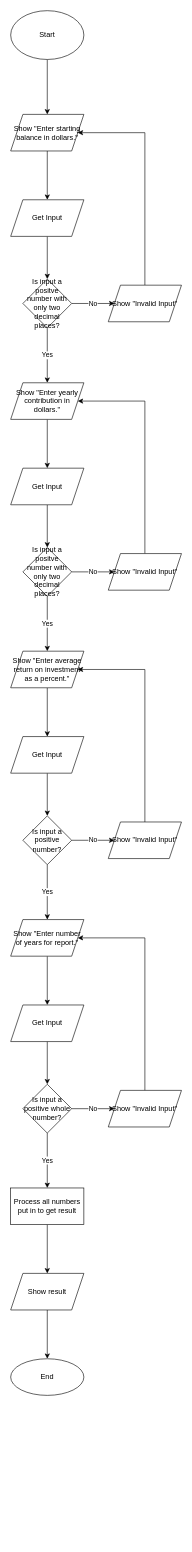
This is Untitled Diagram.drawio from Shyvanna05/beepboopsneepsnoopimdead, a draw.io file, before an edit. Source tidied: cells renumbered, new cells numbered last; positions are measured from the earlier drawing's top-left corner, leaving out a move shared by most shapes. Both pictures are drawn from the tidied source at 61%, with x=0, y=0 at pixel (10, 10).
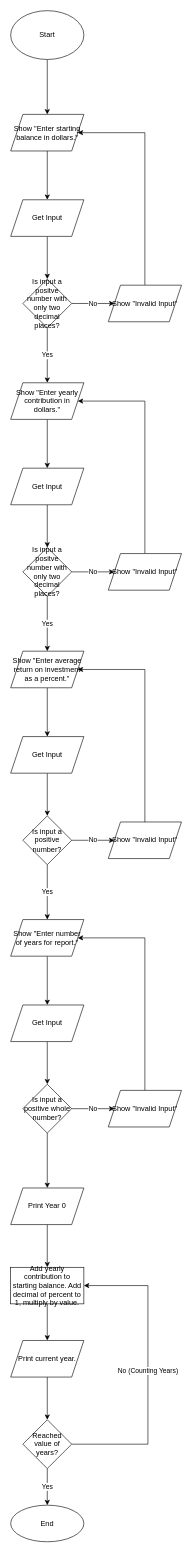
After the change.

Unchanged cells that the change refers to:
```xml
<mxCell id="37" value="Is input a positive whole number?" style="rhombus;whiteSpace=wrap;html=1;" parent="1" vertex="1">
  <mxGeometry x="20" y="1760" width="80" height="80" as="geometry" />
</mxCell>
```

The edit, as a diff of the source:
```diff
@@
-    <mxCell id="36" value="Yes" style="edgeStyle=orthogonalEdgeStyle;rounded=0;jettySize=auto;html=1;" parent="1" edge="1" source="37" target="41">
-      <mxGeometry relative="1" as="geometry" />
-    </mxCell>
+    <mxCell id="45" style="edgeStyle=orthogonalEdgeStyle;rounded=0;jettySize=auto;html=1;" parent="1" edge="1" source="37" target="48">
+      <mxGeometry relative="1" as="geometry" />
+    </mxCell>
@@
-    <mxCell id="40" style="edgeStyle=orthogonalEdgeStyle;rounded=0;jettySize=auto;html=1;" parent="1" edge="1" source="41" target="43">
+    <mxCell id="40" style="edgeStyle=orthogonalEdgeStyle;rounded=0;jettySize=auto;html=1;exitX=0.5;exitY=1;exitDx=0;exitDy=0;" parent="1" edge="1" source="41" target="43">
       <mxGeometry relative="1" as="geometry" />
     </mxCell>
-    <mxCell id="41" value="Process all numbers put in to get result" style="whiteSpace=wrap;html=1;" parent="1" vertex="1">
-      <mxGeometry y="1930" width="120" height="60" as="geometry" />
+    <mxCell id="41" value="Add yearly contribution to starting balance. Add decimal of percent to 1, multiply by value." style="whiteSpace=wrap;html=1;" parent="1" vertex="1">
+      <mxGeometry y="2060" width="120" height="60" as="geometry" />
     </mxCell>
-    <mxCell id="42" style="edgeStyle=orthogonalEdgeStyle;rounded=0;jettySize=auto;html=1;" parent="1" edge="1" source="43" target="44">
-      <mxGeometry relative="1" as="geometry" />
-    </mxCell>
+    <mxCell id="46" style="edgeStyle=orthogonalEdgeStyle;rounded=0;jettySize=auto;html=1;" parent="1" edge="1" source="43" target="50">
+      <mxGeometry relative="1" as="geometry" />
+    </mxCell>
-    <mxCell id="43" value="Show result" style="shape=parallelogram;perimeter=parallelogramPerimeter;whiteSpace=wrap;html=1;fixedSize=1;" parent="1" vertex="1">
-      <mxGeometry y="2070" width="120" height="60" as="geometry" />
+    <mxCell id="43" value="Print current year." style="shape=parallelogram;perimeter=parallelogramPerimeter;whiteSpace=wrap;html=1;fixedSize=1;" parent="1" vertex="1">
+      <mxGeometry y="2180" width="120" height="60" as="geometry" />
     </mxCell>
     <mxCell id="44" value="End" style="ellipse;whiteSpace=wrap;html=1;" parent="1" vertex="1">
-      <mxGeometry y="2210" width="120" height="60" as="geometry" />
+      <mxGeometry y="2450" width="120" height="60" as="geometry" />
     </mxCell>
+    <mxCell id="47" style="edgeStyle=orthogonalEdgeStyle;rounded=0;jettySize=auto;html=1;exitX=0.5;exitY=1;exitDx=0;exitDy=0;entryX=0.5;entryY=0;entryDx=0;entryDy=0;" parent="1" edge="1" source="48" target="41">
+      <mxGeometry relative="1" as="geometry" />
+    </mxCell>
+    <mxCell id="48" value="Print Year 0" style="shape=parallelogram;perimeter=parallelogramPerimeter;whiteSpace=wrap;html=1;fixedSize=1;" parent="1" vertex="1">
+      <mxGeometry y="1930" width="120" height="60" as="geometry" />
+    </mxCell>
+    <mxCell id="49" value="No (Counting Years)" style="edgeStyle=orthogonalEdgeStyle;rounded=0;jettySize=auto;html=1;exitX=1;exitY=0.5;exitDx=0;exitDy=0;entryX=1;entryY=0.5;entryDx=0;entryDy=0;" parent="1" edge="1" source="50" target="41">
+      <mxGeometry relative="1" as="geometry">
+        <Array as="points">
+          <mxPoint x="225" y="2350" />
+          <mxPoint x="225" y="2090" />
+        </Array>
+      </mxGeometry>
+    </mxCell>
+    <mxCell id="36" value="Yes" style="edgeStyle=orthogonalEdgeStyle;rounded=0;jettySize=auto;html=1;exitX=0.5;exitY=1;exitDx=0;exitDy=0;" parent="1" edge="1" source="50" target="44">
+      <mxGeometry relative="1" as="geometry" />
+    </mxCell>
+    <mxCell id="50" value="Reached value of years?" style="rhombus;whiteSpace=wrap;html=1;" parent="1" vertex="1">
+      <mxGeometry x="20" y="2310" width="80" height="80" as="geometry" />
+    </mxCell>
```
